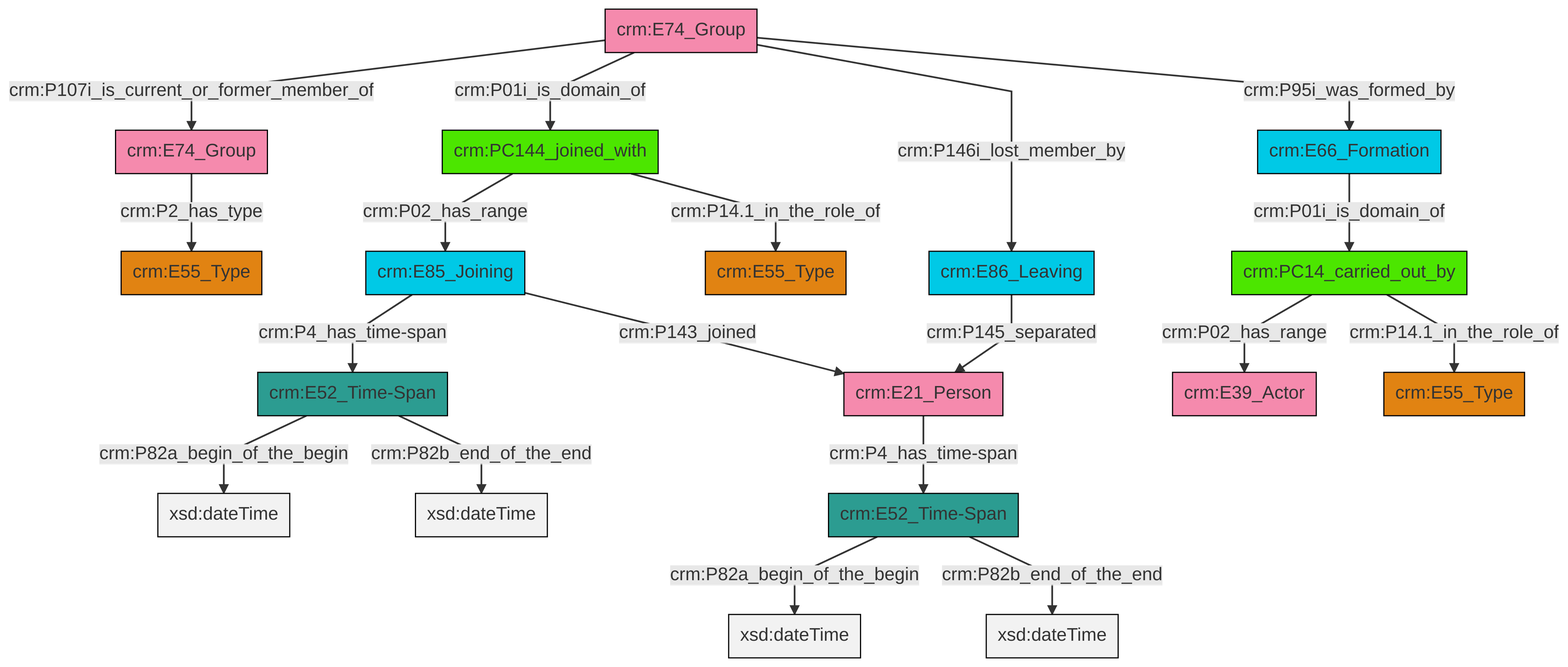
This is et/groupCSV/ttl/mmd/png/group_actor_relations.png from swiss-art-research-net/reference-data-models, a Mermaid export, as it was before one commit. Its source is kept beside it as et/groupCSV/ttl/mmd/group_actor_relations.ttl.mmd.
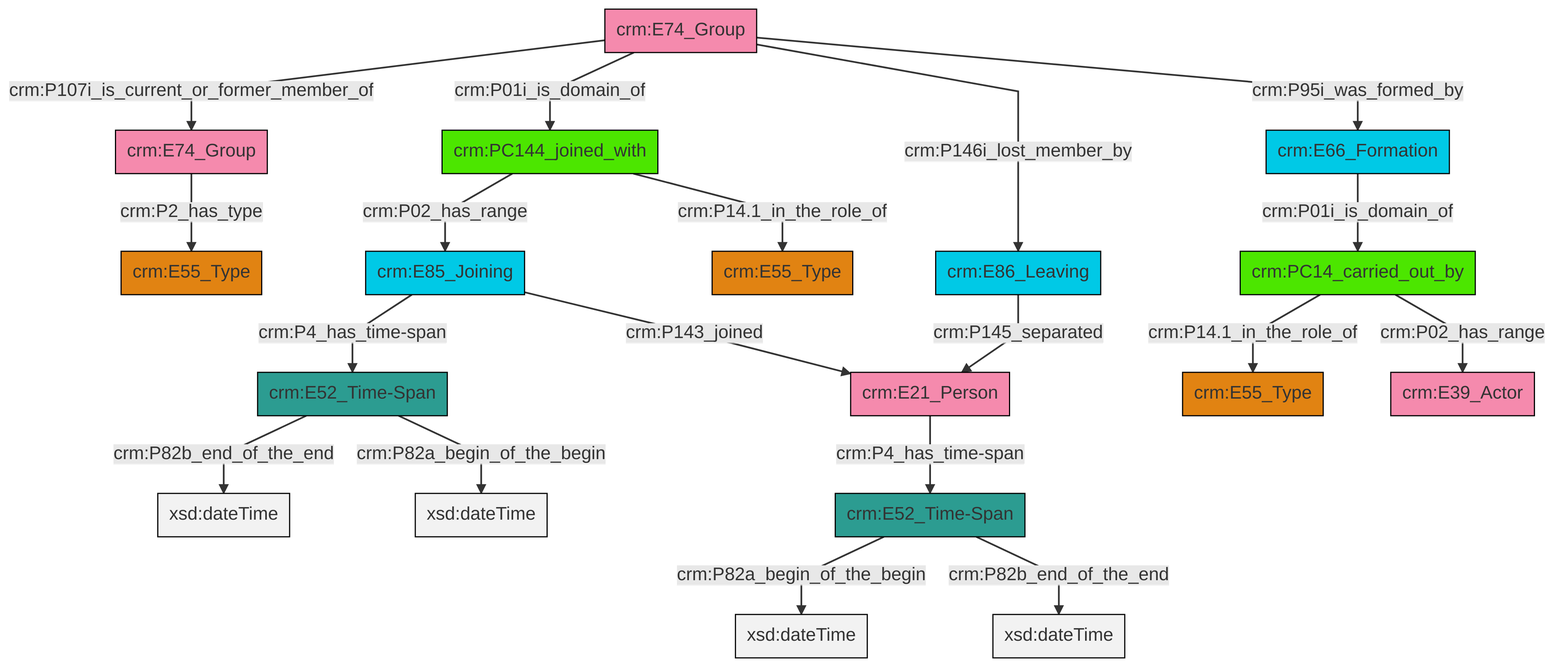
Above is the later version.

Diff of the diagram source:
```diff
@@ -13,21 +13,21 @@
 classDef PC_Classes fill:#4ce600, stroke:#000000;
 classDef Multi fill:#cccccc,stroke:#000000;
 
-2["crm:E86_Leaving"]:::Temporal_Entity -->|crm:P145_separated| 3["crm:E21_Person"]:::Actor
-6["crm:E52_Time-Span"]:::Time-Span -->|crm:P82a_begin_of_the_begin| 7[xsd:dateTime]:::Literal
-8["crm:E74_Group"]:::Actor -->|crm:P107i_is_current_or_former_member_of| 4["crm:E74_Group"]:::Actor
-4["crm:E74_Group"]:::Actor -->|crm:P2_has_type| 10["crm:E55_Type"]:::Type
-8["crm:E74_Group"]:::Actor -->|crm:P01i_is_domain_of| 16["crm:PC144_joined_with"]:::PC_Classes
-18["crm:PC14_carried_out_by"]:::PC_Classes -->|crm:P02_has_range| 19["crm:E39_Actor"]:::Actor
-3["crm:E21_Person"]:::Actor -->|crm:P4_has_time-span| 6["crm:E52_Time-Span"]:::Time-Span
-16["crm:PC144_joined_with"]:::PC_Classes -->|crm:P02_has_range| 20["crm:E85_Joining"]:::Temporal_Entity
-21["crm:E52_Time-Span"]:::Time-Span -->|crm:P82a_begin_of_the_begin| 22[xsd:dateTime]:::Literal
-8["crm:E74_Group"]:::Actor -->|crm:P146i_lost_member_by| 2["crm:E86_Leaving"]:::Temporal_Entity
-20["crm:E85_Joining"]:::Temporal_Entity -->|crm:P4_has_time-span| 21["crm:E52_Time-Span"]:::Time-Span
-6["crm:E52_Time-Span"]:::Time-Span -->|crm:P82b_end_of_the_end| 25[xsd:dateTime]:::Literal
-16["crm:PC144_joined_with"]:::PC_Classes -->|crm:P14.1_in_the_role_of| 11["crm:E55_Type"]:::Type
-20["crm:E85_Joining"]:::Temporal_Entity -->|crm:P143_joined| 3["crm:E21_Person"]:::Actor
-0["crm:E66_Formation"]:::Temporal_Entity -->|crm:P01i_is_domain_of| 18["crm:PC14_carried_out_by"]:::PC_Classes
-21["crm:E52_Time-Span"]:::Time-Span -->|crm:P82b_end_of_the_end| 32[xsd:dateTime]:::Literal
-8["crm:E74_Group"]:::Actor -->|crm:P95i_was_formed_by| 0["crm:E66_Formation"]:::Temporal_Entity
-18["crm:PC14_carried_out_by"]:::PC_Classes -->|crm:P14.1_in_the_role_of| 14["crm:E55_Type"]:::Type
+0["crm:E74_Group"]:::Actor -->|crm:P107i_is_current_or_former_member_of| 1["crm:E74_Group"]:::Actor
+2["crm:PC144_joined_with"]:::PC_Classes -->|crm:P02_has_range| 3["crm:E85_Joining"]:::Temporal_Entity
+5["crm:E86_Leaving"]:::Temporal_Entity -->|crm:P145_separated| 6["crm:E21_Person"]:::Actor
+1["crm:E74_Group"]:::Actor -->|crm:P2_has_type| 7["crm:E55_Type"]:::Type
+0["crm:E74_Group"]:::Actor -->|crm:P01i_is_domain_of| 2["crm:PC144_joined_with"]:::PC_Classes
+8["crm:E52_Time-Span"]:::Time-Span -->|crm:P82b_end_of_the_end| 9[xsd:dateTime]:::Literal
+10["crm:E52_Time-Span"]:::Time-Span -->|crm:P82a_begin_of_the_begin| 11[xsd:dateTime]:::Literal
+6["crm:E21_Person"]:::Actor -->|crm:P4_has_time-span| 10["crm:E52_Time-Span"]:::Time-Span
+0["crm:E74_Group"]:::Actor -->|crm:P146i_lost_member_by| 5["crm:E86_Leaving"]:::Temporal_Entity
+10["crm:E52_Time-Span"]:::Time-Span -->|crm:P82b_end_of_the_end| 16[xsd:dateTime]:::Literal
+2["crm:PC144_joined_with"]:::PC_Classes -->|crm:P14.1_in_the_role_of| 20["crm:E55_Type"]:::Type
+17["crm:E66_Formation"]:::Temporal_Entity -->|crm:P01i_is_domain_of| 25["crm:PC14_carried_out_by"]:::PC_Classes
+8["crm:E52_Time-Span"]:::Time-Span -->|crm:P82a_begin_of_the_begin| 26[xsd:dateTime]:::Literal
+3["crm:E85_Joining"]:::Temporal_Entity -->|crm:P4_has_time-span| 8["crm:E52_Time-Span"]:::Time-Span
+0["crm:E74_Group"]:::Actor -->|crm:P95i_was_formed_by| 17["crm:E66_Formation"]:::Temporal_Entity
+25["crm:PC14_carried_out_by"]:::PC_Classes -->|crm:P14.1_in_the_role_of| 12["crm:E55_Type"]:::Type
+3["crm:E85_Joining"]:::Temporal_Entity -->|crm:P143_joined| 6["crm:E21_Person"]:::Actor
+25["crm:PC14_carried_out_by"]:::PC_Classes -->|crm:P02_has_range| 33["crm:E39_Actor"]:::Actor
```
